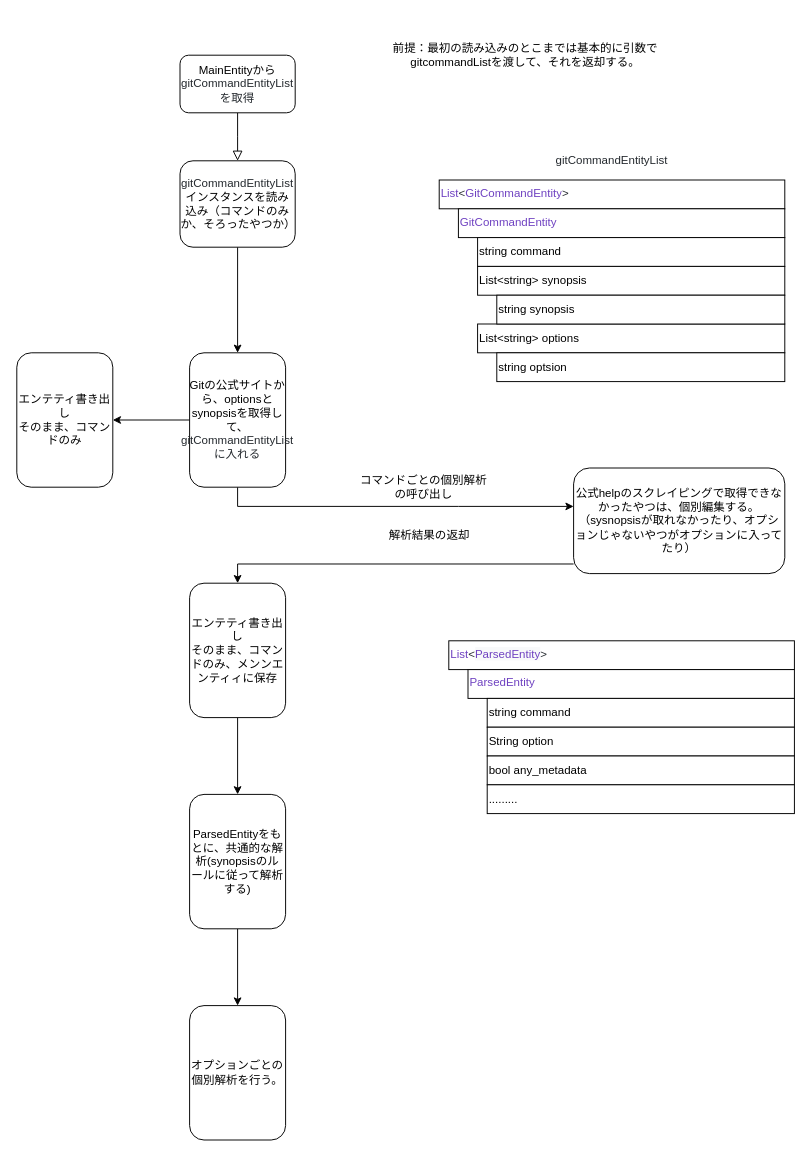
This is Git-Complete/temp/Untitled Diagram.drawio from monkey999por/Git-Complete, a draw.io file, before an edit. Source tidied: cells renumbered, new cells numbered last; positions are measured from the earlier drawing's top-left corner, leaving out a move shared by most shapes. Both pictures are drawn from the tidied source at 96%, with x=0, y=0 at pixel (16, 16).
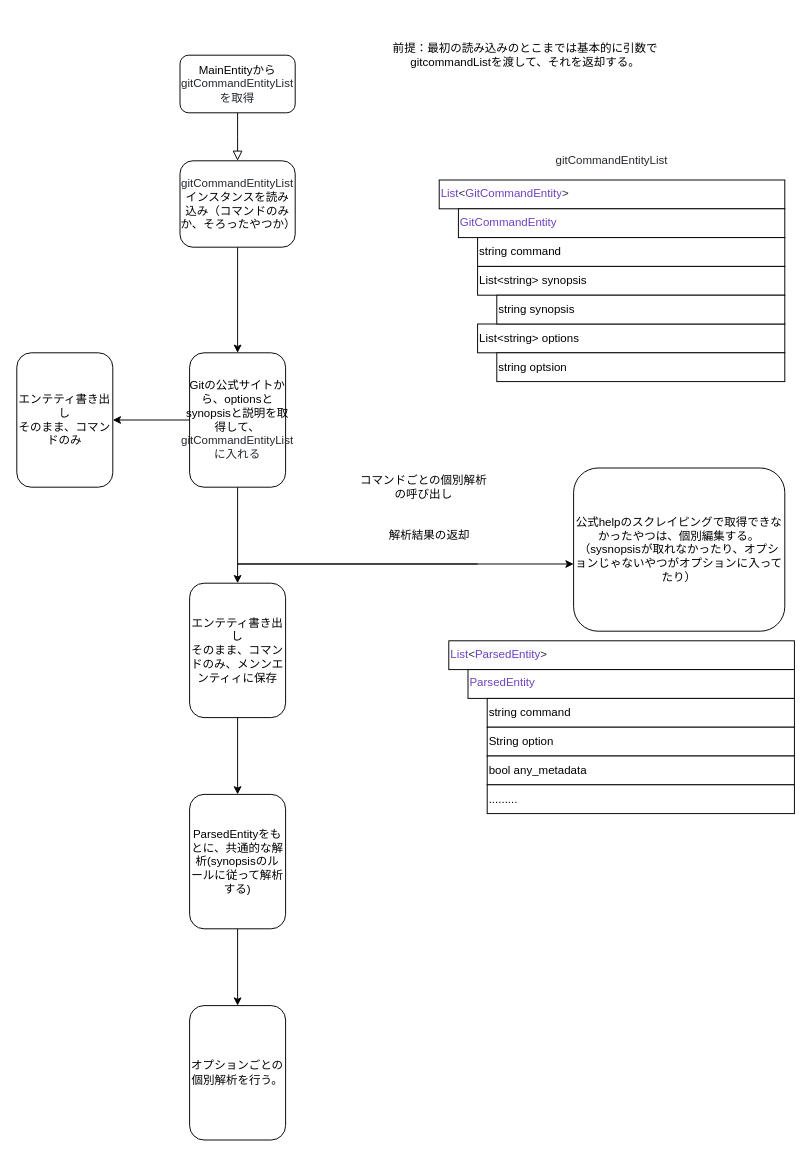
The same page after the edit.

Change to the diagram source:
```diff
@@
     <mxCell id="6" style="edgeStyle=orthogonalEdgeStyle;rounded=0;jettySize=auto;html=1;" parent="1" edge="1" source="8" target="10">
       <mxGeometry relative="1" as="geometry">
         <Array as="points">
-          <mxPoint x="460" y="510" />
-          <mxPoint x="460" y="510" />
+          <mxPoint x="230" y="570" />
         </Array>
       </mxGeometry>
     </mxCell>
@@
-    <mxCell id="8" value="Gitの公式サイトから、optionsとsynopsisを取得して、&lt;span class=&quot;pl-smi&quot; style=&quot;text-align: left ; color: rgb(36 , 41 , 46) ; text-transform: none ; text-indent: 0px ; letter-spacing: normal ; font-family: &amp;#34;helvetica&amp;#34; ; font-size: 12px ; font-style: normal ; font-variant: normal ; font-weight: 400 ; text-decoration: none ; word-spacing: 0px ; box-sizing: border-box&quot;&gt;gitCommandEntityListに入れる&lt;/span&gt;" style="rounded=1;whiteSpace=wrap;html=1;" parent="1" vertex="1">
-      <mxGeometry x="180" y="350" width="100" height="140" as="geometry" />
-    </mxCell>
-    <mxCell id="9" style="edgeStyle=orthogonalEdgeStyle;rounded=0;jettySize=auto;html=1;" parent="1" edge="1" source="10">
+    <mxCell id="9" style="edgeStyle=orthogonalEdgeStyle;rounded=0;orthogonalLoop=1;jettySize=auto;html=1;" parent="1" edge="1">
       <mxGeometry relative="1" as="geometry">
+        <mxPoint x="480" y="570" as="sourcePoint" />
         <mxPoint x="230" y="590" as="targetPoint" />
         <Array as="points">
           <mxPoint x="230" y="570" />
         </Array>
       </mxGeometry>
     </mxCell>
     <mxCell id="10" value="公式helpのスクレイピングで取得できなかったやつは、個別編集する。（sysnopsisが取れなかったり、オプションじゃないやつがオプションに入ってたり）" style="whiteSpace=wrap;html=1;rounded=1;" parent="1" vertex="1">
-      <mxGeometry x="580" y="470" width="220" height="110" as="geometry" />
+      <mxGeometry x="580" y="470" width="220" height="170" as="geometry" />
     </mxCell>
@@
+    <mxCell id="8" value="Gitの公式サイトから、optionsとsynopsisと説明を取得して、&lt;span class=&quot;pl-smi&quot; style=&quot;text-align: left ; color: rgb(36 , 41 , 46) ; text-transform: none ; text-indent: 0px ; letter-spacing: normal ; font-family: &amp;#34;helvetica&amp;#34; ; font-size: 12px ; font-style: normal ; font-variant: normal ; font-weight: 400 ; text-decoration: none ; word-spacing: 0px ; box-sizing: border-box&quot;&gt;gitCommandEntityListに入れる&lt;/span&gt;" style="rounded=1;whiteSpace=wrap;html=1;" parent="1" vertex="1">
+      <mxGeometry x="180" y="350" width="100" height="140" as="geometry" />
+    </mxCell>
```
